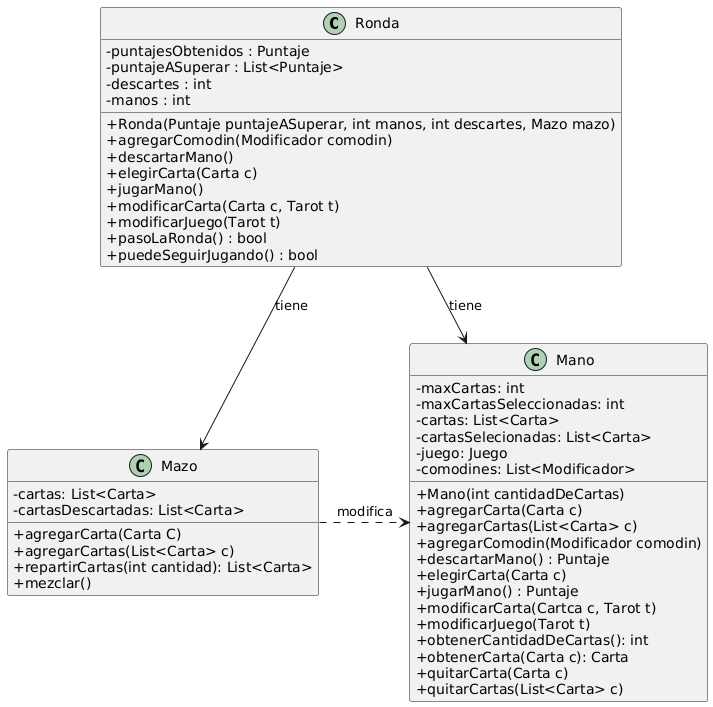
Before: diagrams/classes/RondaManoYMazo.png, a diagram exported from PlantUML (facukresta/g06-tp2-2c-2024). Its diagram source:
```plantuml
@startuml
skinparam classAttributeIconSize 0

class Ronda{
-puntajesObtenidos : Puntaje
-puntajeASuperar : List<Puntaje>
-descartes : int
- manos : int
+Ronda(Puntaje puntajeASuperar, int manos, int descartes, Mazo mazo)
+agregarComodin(Modificador comodin)
+descartarMano()
+elegirCarta(Carta c)
+jugarMano()
+modificarCarta(Carta c, Tarot t)
+modificarJuego(Tarot t)
+pasoLaRonda() : bool
+puedeSeguirJugando() : bool
}

class Mazo {
-cartas: List<Carta>
-cartasDescartadas: List<Carta>
+agregarCarta(Carta C)
+agregarCartas(List<Carta> c)
+repartirCartas(int cantidad): List<Carta>
+mezclar()
}

class Mano {
-maxCartas: int
-maxCartasSeleccionadas: int
-cartas: List<Carta>
-cartasSelecionadas: List<Carta>
-juego: Juego
-comodines: List<Modificador>
+Mano(int cantidadDeCartas)
+agregarCarta(Carta c)
+agregarCartas(List<Carta> c)
+agregarComodin(Modificador comodin)
+descartarMano() : Puntaje
+elegirCarta(Carta c)
+jugarMano() : Puntaje
+modificarCarta(Cartca c, Tarot t)
+modificarJuego(Tarot t)
+obtenerCantidadDeCartas(): int
+obtenerCarta(Carta c): Carta
+quitarCarta(Carta c)
+quitarCartas(List<Carta> c)
}

Ronda --> Mano : tiene
Ronda --> Mazo : tiene
Mazo .right.> Mano : modifica
@enduml
```
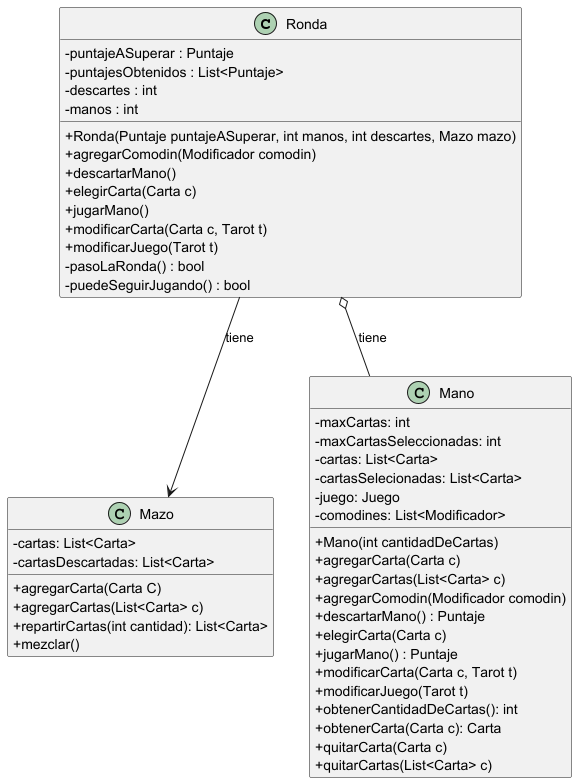
Above is the later version.

Change to the diagram source:
```diff
@@ -1,9 +1,9 @@
-@startuml
+@startuml RondaManoYMazo
 skinparam classAttributeIconSize 0
 
 class Ronda{
--puntajesObtenidos : Puntaje
--puntajeASuperar : List<Puntaje>
+-puntajeASuperar : Puntaje
+-puntajesObtenidos : List<Puntaje>
 -descartes : int
 - manos : int
 +Ronda(Puntaje puntajeASuperar, int manos, int descartes, Mazo mazo)
@@ -13,8 +13,8 @@
 +jugarMano()
 +modificarCarta(Carta c, Tarot t)
 +modificarJuego(Tarot t)
-+pasoLaRonda() : bool
-+puedeSeguirJugando() : bool
+-pasoLaRonda() : bool
+-puedeSeguirJugando() : bool
 }
 
 class Mazo {
@@ -40,7 +40,7 @@
 +descartarMano() : Puntaje
 +elegirCarta(Carta c)
 +jugarMano() : Puntaje
-+modificarCarta(Cartca c, Tarot t)
++modificarCarta(Carta c, Tarot t)
 +modificarJuego(Tarot t)
 +obtenerCantidadDeCartas(): int
 +obtenerCarta(Carta c): Carta
@@ -48,7 +48,6 @@
 +quitarCartas(List<Carta> c)
 }
 
-Ronda --> Mano : tiene
+Ronda o-- Mano : tiene
 Ronda --> Mazo : tiene
-Mazo .right.> Mano : modifica
 @enduml
```
